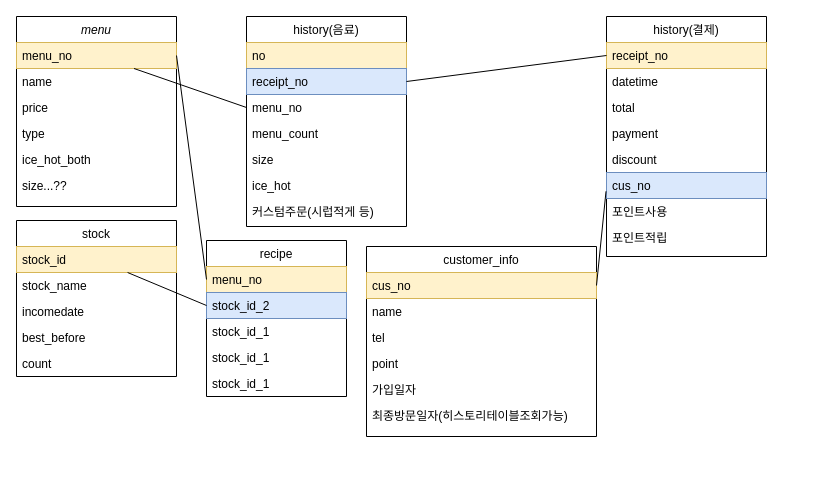
Above: Untitled Diagram.drawio in lachicadulce/JavaStudy (draw.io), before the change. Source tidied: cells renumbered, new cells numbered last; positions are measured from the earlier drawing's top-left corner, leaving out a move shared by most shapes. Both pictures are drawn from the tidied source at 100%, with x=0, y=0 at pixel (16, 16).
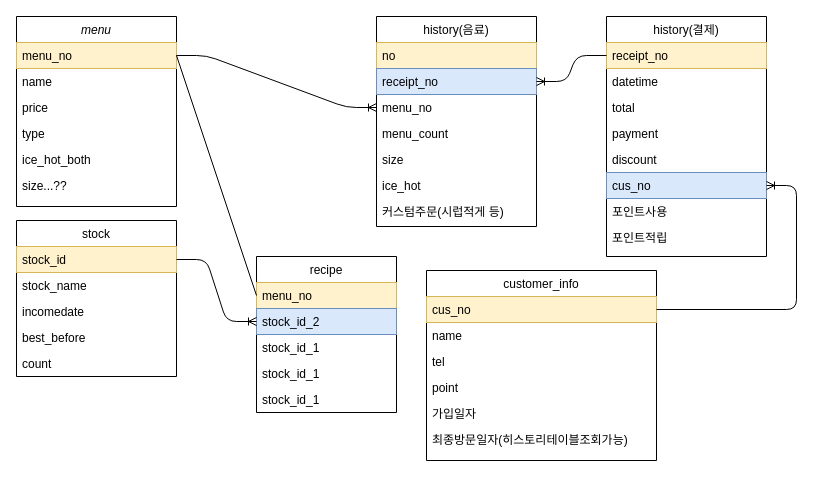
The same page after the edit.

The change refers to these unchanged cells:
```xml
<mxCell id="3" value="menu_no" style="text;align=left;verticalAlign=top;spacingLeft=4;spacingRight=4;overflow=hidden;points=[[0,0.5],[1,0.5]];portConstraint=eastwest;fillColor=#fff2cc;strokeColor=#d6b656;" parent="2" vertex="1">
  <mxGeometry y="26" width="160" height="26" as="geometry" />
</mxCell>
<mxCell id="10" value="stock_id" style="text;align=left;verticalAlign=top;spacingLeft=4;spacingRight=4;overflow=hidden;points=[[0,0.5],[1,0.5]];portConstraint=eastwest;fillColor=#fff2cc;strokeColor=#d6b656;" parent="9" vertex="1">
  <mxGeometry y="26" width="160" height="26" as="geometry" />
</mxCell>
<mxCell id="17" value="receipt_no" style="text;align=left;verticalAlign=top;spacingLeft=4;spacingRight=4;overflow=hidden;points=[[0,0.5],[1,0.5]];portConstraint=eastwest;fillColor=#dae8fc;strokeColor=#6c8ebf;" parent="15" vertex="1">
  <mxGeometry y="52" width="160" height="26" as="geometry" />
</mxCell>
<mxCell id="18" value="menu_no" style="text;align=left;verticalAlign=top;spacingLeft=4;spacingRight=4;overflow=hidden;points=[[0,0.5],[1,0.5]];portConstraint=eastwest;" parent="15" vertex="1">
  <mxGeometry y="78" width="160" height="26" as="geometry" />
</mxCell>
<mxCell id="24" value="cus_no" style="text;align=left;verticalAlign=top;spacingLeft=4;spacingRight=4;overflow=hidden;points=[[0,0.5],[1,0.5]];portConstraint=eastwest;fillColor=#fff2cc;strokeColor=#d6b656;" parent="23" vertex="1">
  <mxGeometry y="26" width="230" height="26" as="geometry" />
</mxCell>
<mxCell id="31" value="menu_no" style="text;strokeColor=#d6b656;fillColor=#fff2cc;align=left;verticalAlign=top;spacingLeft=4;spacingRight=4;overflow=hidden;points=[[0,0.5],[1,0.5]];portConstraint=eastwest;" parent="30" vertex="1">
  <mxGeometry y="26" width="140" height="26" as="geometry" />
</mxCell>
<mxCell id="32" value="stock_id_2" style="text;strokeColor=#6c8ebf;fillColor=#dae8fc;align=left;verticalAlign=top;spacingLeft=4;spacingRight=4;overflow=hidden;points=[[0,0.5],[1,0.5]];portConstraint=eastwest;" parent="30" vertex="1">
  <mxGeometry y="52" width="140" height="26" as="geometry" />
</mxCell>
<mxCell id="37" value="receipt_no" style="text;align=left;verticalAlign=top;spacingLeft=4;spacingRight=4;overflow=hidden;points=[[0,0.5],[1,0.5]];portConstraint=eastwest;fillColor=#fff2cc;strokeColor=#d6b656;" parent="36" vertex="1">
  <mxGeometry y="26" width="160" height="26" as="geometry" />
</mxCell>
<mxCell id="42" value="cus_no" style="text;align=left;verticalAlign=top;spacingLeft=4;spacingRight=4;overflow=hidden;points=[[0,0.5],[1,0.5]];portConstraint=eastwest;fillColor=#dae8fc;strokeColor=#6c8ebf;" parent="36" vertex="1">
  <mxGeometry y="156" width="160" height="26" as="geometry" />
</mxCell>
```

Change to the diagram source:
```diff
@@
     <mxCell id="15" value="history(음료)" style="swimlane;fontStyle=0;align=center;verticalAlign=top;horizontal=1;startSize=26;rounded=0;shadow=0;strokeWidth=1;" parent="1" vertex="1">
-      <mxGeometry x="230" width="160" height="210" as="geometry" />
+      <mxGeometry x="360" width="160" height="210" as="geometry" />
     </mxCell>
@@
     <mxCell id="23" value="customer_info" style="swimlane;fontStyle=0;align=center;verticalAlign=top;horizontal=1;startSize=26;rounded=0;shadow=0;strokeWidth=1;" parent="1" vertex="1">
-      <mxGeometry x="350" y="230" width="230" height="190" as="geometry" />
+      <mxGeometry x="410" y="254" width="230" height="190" as="geometry" />
     </mxCell>
@@
     <mxCell id="30" value="recipe" style="swimlane;fontStyle=0;horizontal=1;startSize=26;" parent="1" vertex="1">
-      <mxGeometry x="190" y="224" width="140" height="156" as="geometry" />
+      <mxGeometry x="240" y="240" width="140" height="156" as="geometry" />
     </mxCell>
@@
-    <mxCell id="45" style="endArrow=none;html=1;exitX=1;exitY=0.5;exitDx=0;exitDy=0;entryX=0;entryY=0.5;entryDx=0;entryDy=0;" parent="1" edge="1" source="3" target="31">
-      <mxGeometry relative="1" as="geometry" />
-    </mxCell>
+    <mxCell id="48" style="edgeStyle=entityRelationEdgeStyle;fontSize=12;html=1;endArrow=ERoneToMany;" parent="1" edge="1" source="3" target="18">
+      <mxGeometry relative="1" as="geometry" />
+    </mxCell>
+    <mxCell id="50" style="edgeStyle=entityRelationEdgeStyle;fontSize=12;html=1;endArrow=ERoneToMany;" parent="1" edge="1" source="37" target="17">
+      <mxGeometry relative="1" as="geometry" />
+    </mxCell>
-    <mxCell id="46" style="endArrow=none;html=1;exitX=1;exitY=0.5;exitDx=0;exitDy=0;entryX=-0.003;entryY=0.721;entryDx=0;entryDy=0;entryPerimeter=0;" parent="1" edge="1" source="24" target="42">
+    <mxCell id="46" style="edgeStyle=entityRelationEdgeStyle;fontSize=12;html=1;endArrow=ERoneToMany;" parent="1" edge="1" source="24" target="42">
       <mxGeometry relative="1" as="geometry" />
     </mxCell>
-    <mxCell id="47" style="endArrow=none;html=1;entryX=0;entryY=0.5;entryDx=0;entryDy=0;exitX=1;exitY=0.5;exitDx=0;exitDy=0;" parent="1" edge="1" source="17" target="37">
-      <mxGeometry relative="1" as="geometry" />
-    </mxCell>
-    <mxCell id="48" style="endArrow=none;html=1;entryX=0;entryY=0.5;entryDx=0;entryDy=0;" parent="1" edge="1" source="3" target="18">
-      <mxGeometry relative="1" as="geometry" />
-    </mxCell>
-    <mxCell id="49" style="endArrow=none;html=1;entryX=0;entryY=0.5;entryDx=0;entryDy=0;" parent="1" edge="1" source="10" target="32">
+    <mxCell id="49" style="edgeStyle=entityRelationEdgeStyle;fontSize=12;html=1;endArrow=ERoneToMany;" parent="1" edge="1" source="10" target="32">
       <mxGeometry relative="1" as="geometry" />
     </mxCell>
+    <mxCell id="51" style="endArrow=none;html=1;entryX=1;entryY=0.5;entryDx=0;entryDy=0;exitX=0;exitY=0.5;exitDx=0;exitDy=0;" parent="1" edge="1" source="31" target="3">
+      <mxGeometry relative="1" as="geometry" />
+    </mxCell>
```
